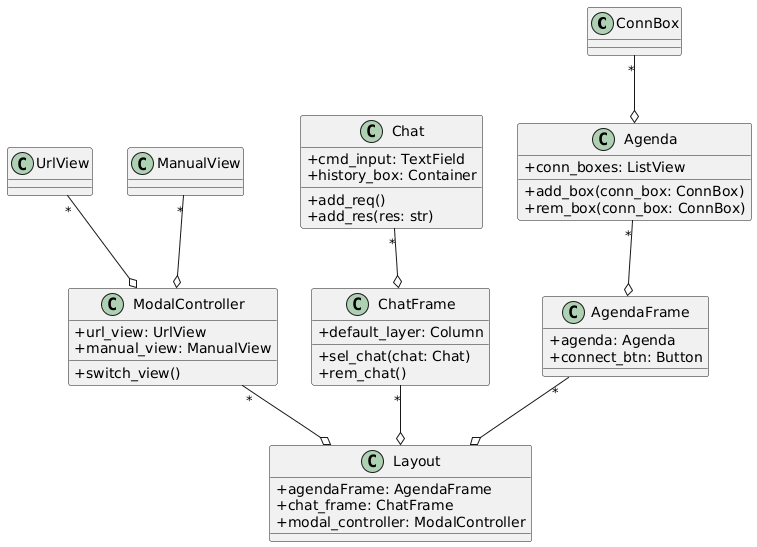
This is doc/frontend/RC-application.frontend.png from petru-braha/RC-application, a PlantUML export, as it was before one commit. The source it was exported from:
```plantuml
@startuml
skinparam classAttributeIconSize 0
set namespaceSeparator none

class ConnBox {
}

class Agenda {
  +conn_boxes: ListView
  +add_box(conn_box: ConnBox)
  +rem_box(conn_box: ConnBox)
}

class AgendaFrame {
  +agenda: Agenda
  +connect_btn: Button
}

class Chat {
  +cmd_input: TextField
  +history_box: Container
  +add_req()
  +add_res(res: str)
}

class ChatFrame {
  +default_layer: Column
  +sel_chat(chat: Chat)
  +rem_chat()
}

class Layout {
  +agendaFrame: AgendaFrame
  +chat_frame: ChatFrame
  +modal_controller: ModalController
}

class ManualView {
}

class UrlView {
}

class ModalController {
  +url_view: UrlView
  +manual_view: ManualView
  +switch_view()
}


Agenda o-up- "*" ConnBox

AgendaFrame o-up- "*" Agenda

ChatFrame o-up- "*" Chat

Layout o-up- "*" AgendaFrame
Layout o-up- "*" ChatFrame
Layout o-up- "*" ModalController

ModalController o-up- "*" ManualView
ModalController o-up- "*" UrlView
@enduml
```
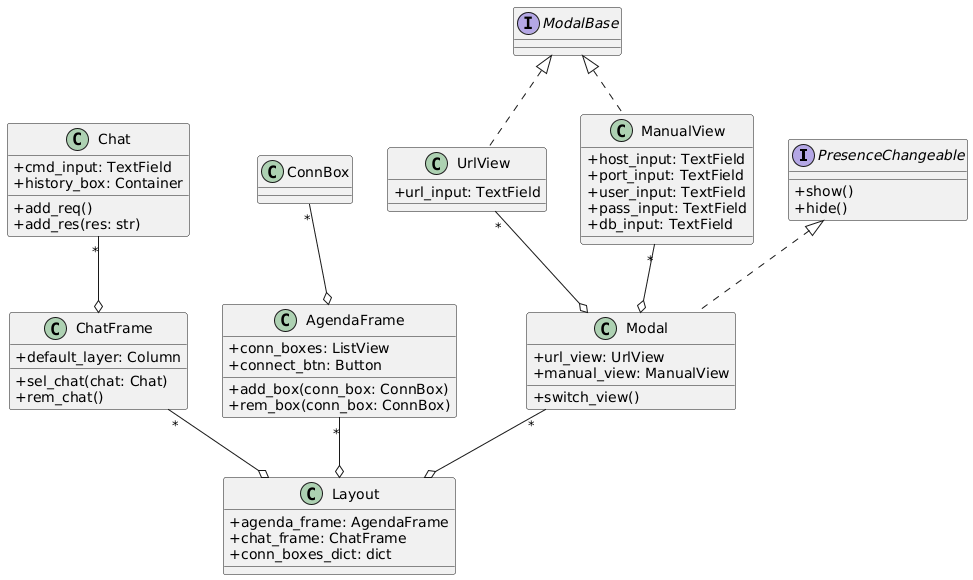
Later version of the same file.

Commit message:
feat: better interface representation

The edit, as a diff of the source:
```diff
@@ -2,18 +2,22 @@
 skinparam classAttributeIconSize 0
 set namespaceSeparator none
 
+interface PresenceChangeable {
+  +show()
+  +hide()
+}
+
+interface ModalBase {
+}
+
 class ConnBox {
 }
 
-class Agenda {
+class AgendaFrame {
   +conn_boxes: ListView
+  +connect_btn: Button
   +add_box(conn_box: ConnBox)
   +rem_box(conn_box: ConnBox)
-}
-
-class AgendaFrame {
-  +agenda: Agenda
-  +connect_btn: Button
 }
 
 class Chat {
@@ -30,34 +34,44 @@
 }
 
 class Layout {
-  +agendaFrame: AgendaFrame
+  +agenda_frame: AgendaFrame
   +chat_frame: ChatFrame
-  +modal_controller: ModalController
+  +conn_boxes_dict: dict
 }
 
 class ManualView {
+  +host_input: TextField
+  +port_input: TextField
+  +user_input: TextField
+  +pass_input: TextField
+  +db_input: TextField
 }
 
 class UrlView {
+  +url_input: TextField
 }
 
-class ModalController {
+class Modal {
   +url_view: UrlView
   +manual_view: ManualView
   +switch_view()
 }
 
 
-Agenda o-up- "*" ConnBox
+PresenceChangeable <|.. Modal
 
-AgendaFrame o-up- "*" Agenda
+ModalBase <|.. ManualView
+ModalBase <|.. UrlView
+
+
+AgendaFrame o-up- "*" ConnBox
 
 ChatFrame o-up- "*" Chat
 
 Layout o-up- "*" AgendaFrame
 Layout o-up- "*" ChatFrame
-Layout o-up- "*" ModalController
+Layout o-up- "*" Modal
 
-ModalController o-up- "*" ManualView
-ModalController o-up- "*" UrlView
+Modal o-up- "*" ManualView
+Modal o-up- "*" UrlView
 @enduml
```
